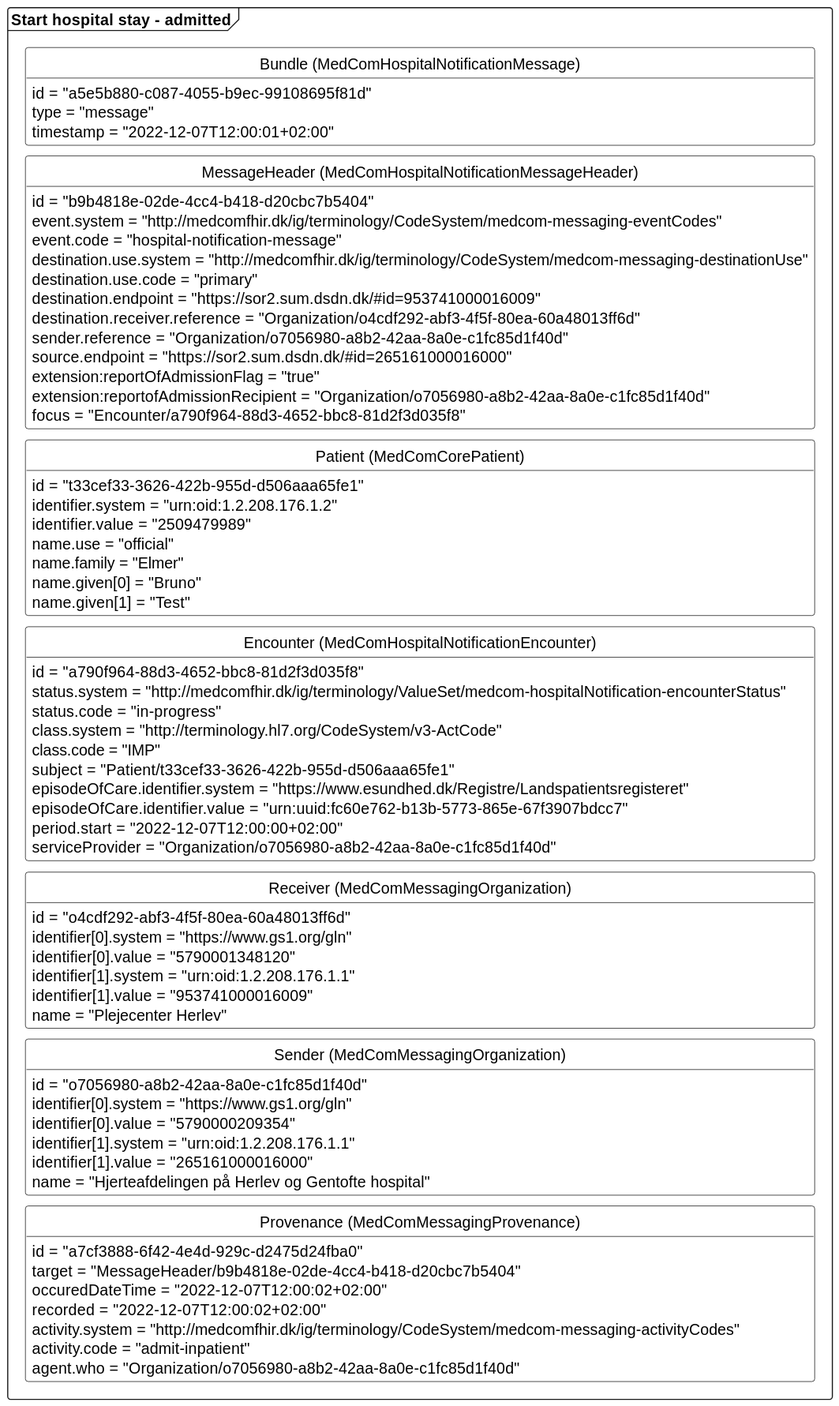
Above: input/images/hospitalnotification/HNAdmitInPat.svg in medcomdk/dk-medcom-hospitalnotification (PlantUML), before the change.
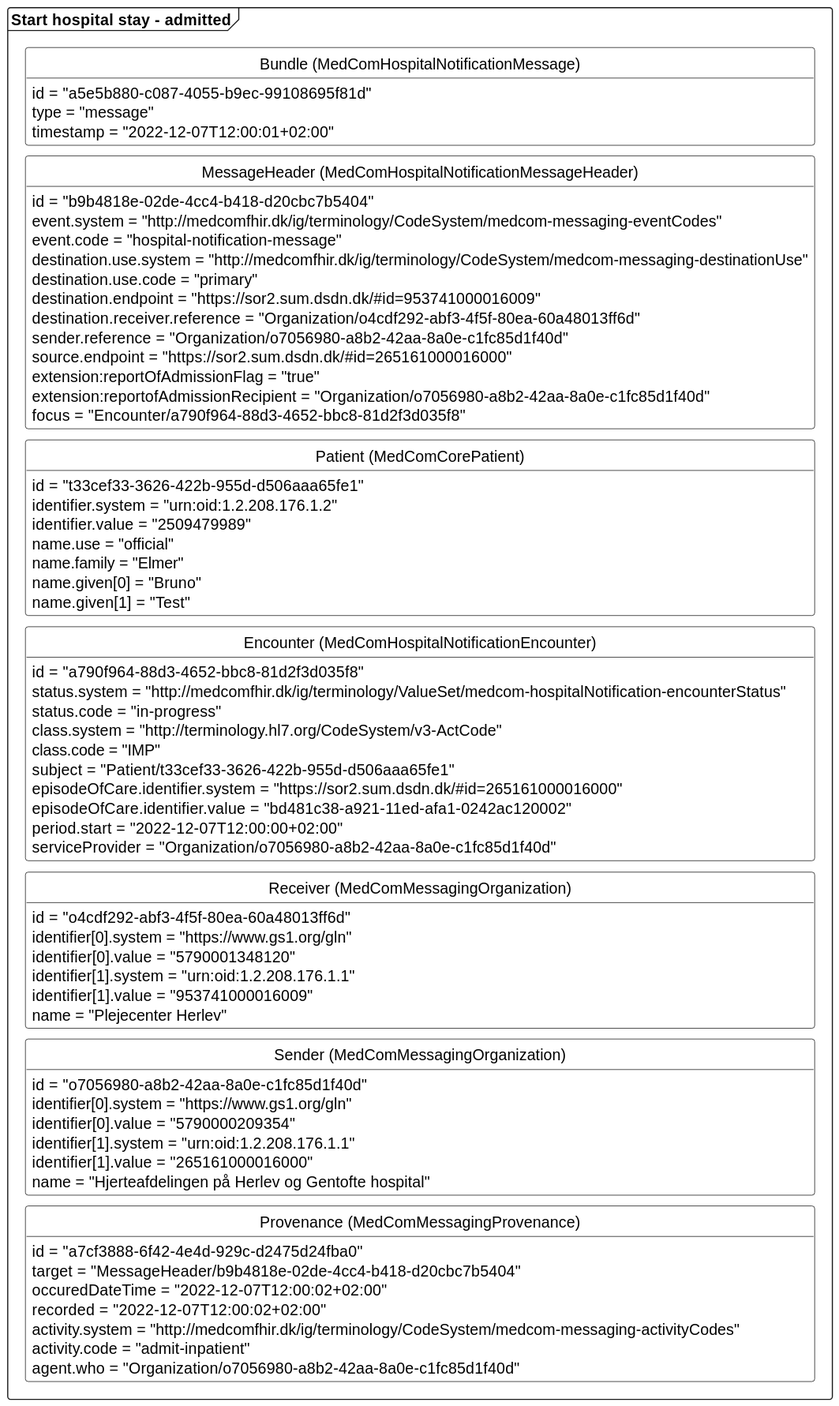
The same diagram one commit later.

The edit, as a diff of the source:
```diff
@@ -46,8 +46,8 @@
         class.system = "http://terminology.hl7.org/CodeSystem/v3-ActCode"
         class.code = "IMP"
         subject = "Patient/t33cef33-3626-422b-955d-d506aaa65fe1"
-        episodeOfCare.identifier.system = "https://www.esundhed.dk/Registre/Landspatientsregisteret"
-        episodeOfCare.identifier.value = "urn:uuid:fc60e762-b13b-5773-865e-67f3907bdcc7"
+        episodeOfCare.identifier.system = "https://sor2.sum.dsdn.dk/#id=265161000016000"
+        episodeOfCare.identifier.value = "bd481c38-a921-11ed-afa1-0242ac120002"
         period.start = "2022-12-07T12:00:00+02:00"
         serviceProvider = "Organization/o7056980-a8b2-42aa-8a0e-c1fc85d1f40d"
     }
```
